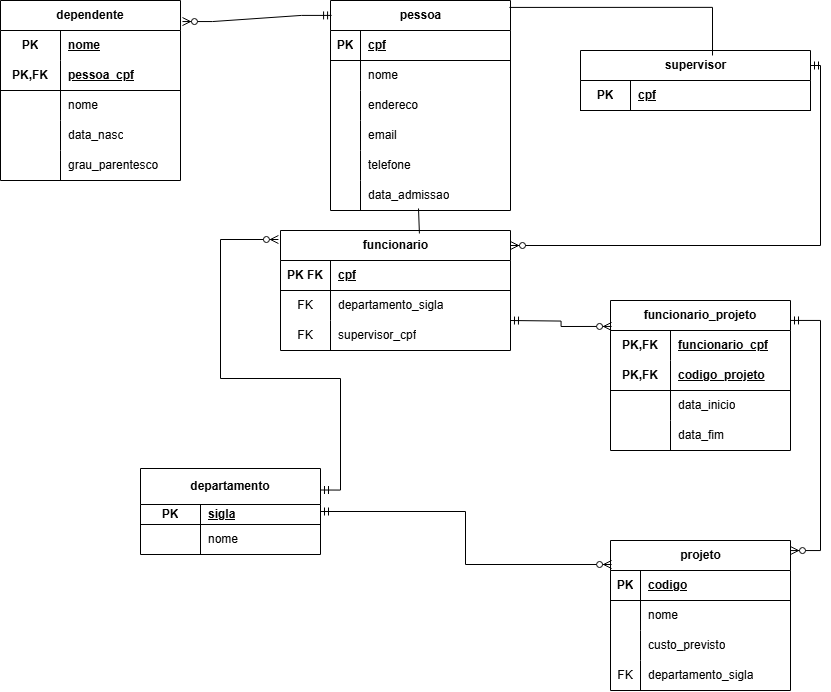
The draw.io diagram Diagrama sem nome.drawio.png in NathanAzvdo/Atividade-Banco-de-dados, before a commit. Source tidied: cells renumbered, new cells last; positions are measured from the earlier drawing's top-left corner, leaving out a move shared by most shapes.
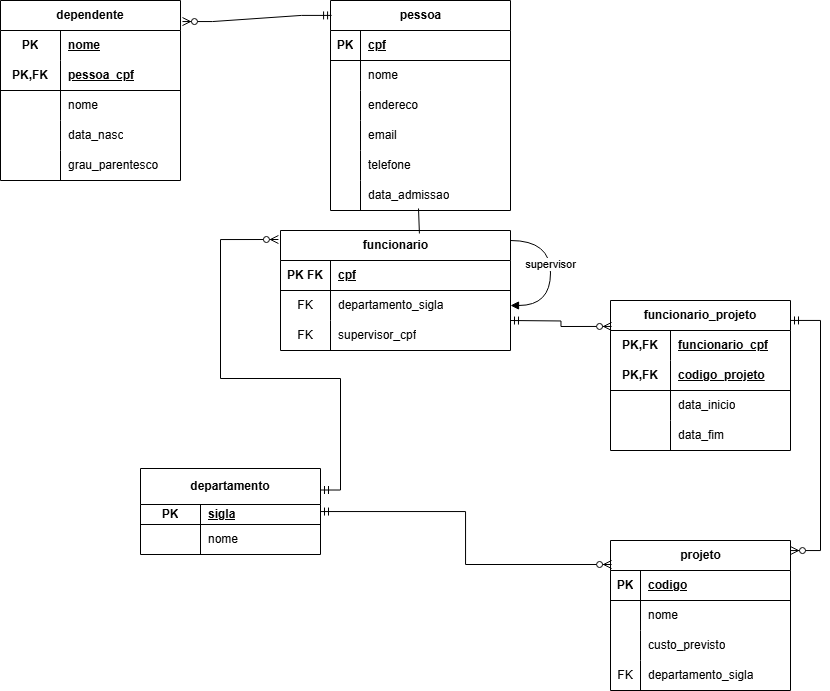
After the commit.

The edit, as a diff of the source:
```diff
@@ -149,31 +149,9 @@
     <mxCell id="50" value="data_admissao" style="shape=partialRectangle;fillColor=none;top=0;left=0;bottom=0;right=0;align=left;spacingLeft=6;overflow=hidden;whiteSpace=wrap;html=1;" parent="48" vertex="1">
       <mxGeometry x="30" width="150" height="30" as="geometry" />
     </mxCell>
-    <mxCell id="51" value="supervisor" style="shape=table;startSize=30;rowLines=0;fontStyle=1;align=center;html=1;" parent="1" vertex="1">
-      <mxGeometry x="580" y="50" width="230" height="60" as="geometry" />
-    </mxCell>
-    <mxCell id="52" style="shape=tableRow;horizontal=0;startSize=0;swimlaneHead=0;swimlaneBody=0;fillColor=none;top=0;left=0;right=0;bottom=1;" parent="51" vertex="1">
-      <mxGeometry y="30" width="230" height="30" as="geometry" />
-    </mxCell>
-    <mxCell id="53" value="PK" style="shape=partialRectangle;fillColor=none;top=0;left=0;bottom=0;right=0;fontStyle=1;overflow=hidden;whiteSpace=wrap;html=1;" parent="52" vertex="1">
-      <mxGeometry width="50" height="30" as="geometry" />
-    </mxCell>
-    <mxCell id="54" value="cpf" style="shape=partialRectangle;fillColor=none;top=0;left=0;bottom=0;right=0;align=left;spacingLeft=6;fontStyle=5;overflow=hidden;whiteSpace=wrap;html=1;" parent="52" vertex="1">
-      <mxGeometry x="50" width="180" height="30" as="geometry" />
-    </mxCell>
     <mxCell id="55" style="endArrow=none;html=1;rounded=0;entryX=0.489;entryY=0.933;entryDx=0;entryDy=0;entryPerimeter=0;exitX=0.604;exitY=0.025;exitDx=0;exitDy=0;exitPerimeter=0;" parent="1" edge="1" source="2" target="48">
       <mxGeometry relative="1" as="geometry" />
     </mxCell>
-    <mxCell id="56" style="endArrow=none;html=1;rounded=0;exitX=0.994;exitY=0.033;exitDx=0;exitDy=0;exitPerimeter=0;entryX=0.574;entryY=0.083;entryDx=0;entryDy=0;entryPerimeter=0;edgeStyle=orthogonalEdgeStyle;" parent="1" edge="1" source="32" target="51">
-      <mxGeometry relative="1" as="geometry">
-        <Array as="points">
-          <mxPoint x="712" y="7" />
-        </Array>
-      </mxGeometry>
-    </mxCell>
-    <mxCell id="57" style="edgeStyle=orthogonalEdgeStyle;fontSize=12;html=1;endArrow=ERzeroToMany;startArrow=ERmandOne;rounded=0;exitX=1;exitY=0.25;exitDx=0;exitDy=0;entryX=1;entryY=0.125;entryDx=0;entryDy=0;entryPerimeter=0;" parent="1" edge="1" source="51" target="2">
-      <mxGeometry relative="1" as="geometry" />
-    </mxCell>
     <mxCell id="58" style="edgeStyle=orthogonalEdgeStyle;fontSize=12;html=1;endArrow=ERzeroToMany;startArrow=ERmandOne;rounded=0;exitX=1;exitY=0.25;exitDx=0;exitDy=0;entryX=-0.009;entryY=0.075;entryDx=0;entryDy=0;entryPerimeter=0;" parent="1" edge="1" source="12" target="2">
       <mxGeometry relative="1" as="geometry">
         <Array as="points">
@@ -285,5 +263,14 @@
     <mxCell id="91" style="edgeStyle=entityRelationEdgeStyle;fontSize=12;html=1;endArrow=ERzeroToMany;startArrow=ERmandOne;rounded=0;exitX=0.006;exitY=0.071;exitDx=0;exitDy=0;exitPerimeter=0;entryX=1.011;entryY=0.117;entryDx=0;entryDy=0;entryPerimeter=0;" parent="1" edge="1" source="32" target="75">
       <mxGeometry relative="1" as="geometry" />
     </mxCell>
+    <mxCell id="51" value="supervisor" style="html=1;verticalAlign=bottom;endArrow=block;curved=1;rounded=0;entryX=1;entryY=0.5;entryDx=0;entryDy=0;edgeStyle=orthogonalEdgeStyle;" parent="1" edge="1" target="6">
+      <mxGeometry relative="1" as="geometry">
+        <mxPoint x="510" y="240" as="sourcePoint" />
+        <Array as="points">
+          <mxPoint x="550" y="240" />
+          <mxPoint x="550" y="305" />
+        </Array>
+      </mxGeometry>
+    </mxCell>
   </root>
 </mxGraphModel>
```
